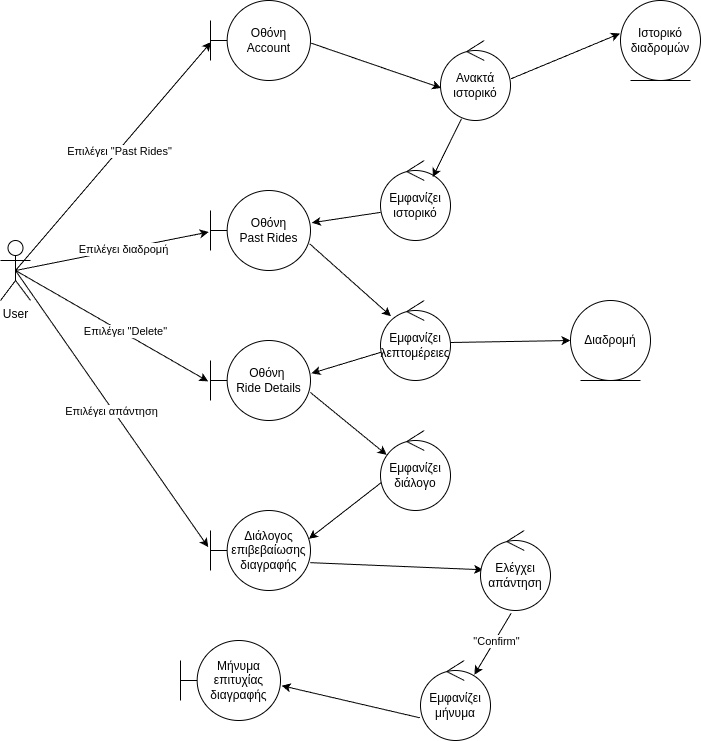
Above: reports/view-past-rides-robustness.drawio.png in YannisRavasopoulos/ProjectSD_S6 (draw.io), before the change. Source tidied: cells renumbered, new cells last; positions are measured from the earlier drawing's top-left corner, leaving out a move shared by most shapes. Source of this version:
```xml
<mxGraphModel background="#ffffff">
  <root>
    <mxCell id="0" />
    <mxCell id="1" parent="0" />
    <mxCell id="2" value="Οθόνη&lt;br&gt;Past Rides" style="shape=umlBoundary;whiteSpace=wrap;html=1;" parent="1" vertex="1">
      <mxGeometry x="210" y="190" width="100" height="80" as="geometry" />
    </mxCell>
    <mxCell id="3" value="&lt;div&gt;Ανακτά&lt;br&gt;ιστορικό&lt;/div&gt;" style="ellipse;shape=umlControl;whiteSpace=wrap;html=1;" parent="1" vertex="1">
      <mxGeometry x="440" y="40" width="70" height="80" as="geometry" />
    </mxCell>
    <mxCell id="4" style="endArrow=classic;html=1;rounded=0;exitX=1.006;exitY=0.533;exitDx=0;exitDy=0;exitPerimeter=0;entryX=0.009;entryY=0.593;entryDx=0;entryDy=0;entryPerimeter=0;" parent="1" edge="1" source="7" target="3">
      <mxGeometry relative="1" as="geometry" />
    </mxCell>
    <mxCell id="5" value="Ιστορικό&lt;br&gt;διαδρομών" style="ellipse;shape=umlEntity;whiteSpace=wrap;html=1;" parent="1" vertex="1">
      <mxGeometry x="620" width="80" height="80" as="geometry" />
    </mxCell>
    <mxCell id="6" style="endArrow=classic;html=1;rounded=0;exitX=1.009;exitY=0.478;exitDx=0;exitDy=0;exitPerimeter=0;entryX=-0.007;entryY=0.413;entryDx=0;entryDy=0;entryPerimeter=0;" parent="1" edge="1" source="3" target="5">
      <mxGeometry relative="1" as="geometry" />
    </mxCell>
    <mxCell id="7" value="Οθόνη&lt;br&gt;Account" style="shape=umlBoundary;whiteSpace=wrap;html=1;" parent="1" vertex="1">
      <mxGeometry x="210" width="100" height="80" as="geometry" />
    </mxCell>
    <mxCell id="8" value="Εμφανίζει ιστορικό" style="ellipse;shape=umlControl;whiteSpace=wrap;html=1;" parent="1" vertex="1">
      <mxGeometry x="380" y="160" width="70" height="80" as="geometry" />
    </mxCell>
    <mxCell id="9" style="endArrow=classic;html=1;rounded=0;exitX=0.3;exitY=0.978;exitDx=0;exitDy=0;exitPerimeter=0;entryX=0.746;entryY=0.208;entryDx=0;entryDy=0;entryPerimeter=0;" parent="1" edge="1" source="3" target="8">
      <mxGeometry relative="1" as="geometry" />
    </mxCell>
    <mxCell id="10" style="endArrow=classic;html=1;rounded=0;exitX=0.003;exitY=0.648;exitDx=0;exitDy=0;exitPerimeter=0;entryX=1.014;entryY=0.403;entryDx=0;entryDy=0;entryPerimeter=0;" parent="1" edge="1" source="8" target="2">
      <mxGeometry relative="1" as="geometry" />
    </mxCell>
    <mxCell id="11" style="endArrow=classic;html=1;rounded=0;exitX=0.5;exitY=0.5;exitDx=0;exitDy=0;exitPerimeter=0;entryX=0.006;entryY=0.52;entryDx=0;entryDy=0;entryPerimeter=0;" parent="1" edge="1" source="19" target="7">
      <mxGeometry relative="1" as="geometry" />
    </mxCell>
    <mxCell id="12" value="Επιλέγει &quot;Past Rides&quot;" style="edgeLabel;html=1;align=center;verticalAlign=middle;" parent="11" vertex="1">
      <mxGeometry x="0.05" y="-1" relative="1" as="geometry" />
    </mxCell>
    <mxCell id="13" style="endArrow=classic;html=1;rounded=0;exitX=0.5;exitY=0.5;exitDx=0;exitDy=0;exitPerimeter=0;entryX=-0.018;entryY=0.519;entryDx=0;entryDy=0;entryPerimeter=0;" parent="1" edge="1" source="19" target="2">
      <mxGeometry relative="1" as="geometry" />
    </mxCell>
    <mxCell id="14" value="Επιλέγει διαδρομή" style="edgeLabel;html=1;align=center;verticalAlign=middle;" parent="13" vertex="1">
      <mxGeometry x="0.12" relative="1" as="geometry" />
    </mxCell>
    <mxCell id="15" value="&lt;div&gt;Οθόνη&amp;nbsp;&lt;/div&gt;&lt;div&gt;Ride Details&lt;/div&gt;" style="shape=umlBoundary;whiteSpace=wrap;html=1;" parent="1" vertex="1">
      <mxGeometry x="210" y="340" width="100" height="80" as="geometry" />
    </mxCell>
    <mxCell id="16" value="Εμφανίζει&lt;br&gt;λεπτομέρειες" style="ellipse;shape=umlControl;whiteSpace=wrap;html=1;" parent="1" vertex="1">
      <mxGeometry x="380" y="300" width="70" height="80" as="geometry" />
    </mxCell>
    <mxCell id="17" style="endArrow=classic;html=1;rounded=0;exitX=0.992;exitY=0.667;exitDx=0;exitDy=0;exitPerimeter=0;entryX=0.149;entryY=0.196;entryDx=0;entryDy=0;entryPerimeter=0;" parent="1" edge="1" source="2" target="16">
      <mxGeometry relative="1" as="geometry" />
    </mxCell>
    <mxCell id="18" style="endArrow=classic;html=1;rounded=0;exitX=0.014;exitY=0.645;exitDx=0;exitDy=0;exitPerimeter=0;entryX=1.01;entryY=0.41;entryDx=0;entryDy=0;entryPerimeter=0;" parent="1" edge="1" source="16" target="15">
      <mxGeometry relative="1" as="geometry" />
    </mxCell>
    <mxCell id="19" value="User" style="shape=umlActor;verticalLabelPosition=bottom;verticalAlign=top;html=1;" parent="1" vertex="1">
      <mxGeometry y="240" width="30" height="60" as="geometry" />
    </mxCell>
    <mxCell id="20" value="&lt;div&gt;Διάλογος &lt;br&gt;&lt;/div&gt;&lt;div&gt;επιβεβαίωσης&lt;/div&gt;&lt;div&gt;διαγραφής&lt;/div&gt;" style="shape=umlBoundary;whiteSpace=wrap;html=1;" parent="1" vertex="1">
      <mxGeometry x="210" y="510" width="100" height="80" as="geometry" />
    </mxCell>
    <mxCell id="21" style="endArrow=classic;html=1;rounded=0;exitX=0.5;exitY=0.5;exitDx=0;exitDy=0;exitPerimeter=0;entryX=-0.023;entryY=0.511;entryDx=0;entryDy=0;entryPerimeter=0;" parent="1" edge="1" source="19" target="15">
      <mxGeometry relative="1" as="geometry" />
    </mxCell>
    <mxCell id="22" value="Επιλέγει &quot;Delete&quot;" style="edgeLabel;html=1;align=center;verticalAlign=middle;" parent="21" vertex="1">
      <mxGeometry x="0.12" y="2" relative="1" as="geometry" />
    </mxCell>
    <mxCell id="23" style="endArrow=classic;html=1;rounded=0;exitX=0.997;exitY=0.648;exitDx=0;exitDy=0;exitPerimeter=0;entryX=0.088;entryY=0.305;entryDx=0;entryDy=0;entryPerimeter=0;" parent="1" edge="1" source="15" target="24">
      <mxGeometry relative="1" as="geometry" />
    </mxCell>
    <mxCell id="24" value="&lt;div&gt;Εμφανίζει&lt;/div&gt;&lt;div&gt;διάλογο&lt;/div&gt;" style="ellipse;shape=umlControl;whiteSpace=wrap;html=1;" parent="1" vertex="1">
      <mxGeometry x="380" y="430" width="70" height="80" as="geometry" />
    </mxCell>
    <mxCell id="25" style="endArrow=classic;html=1;rounded=0;exitX=0.009;exitY=0.652;exitDx=0;exitDy=0;exitPerimeter=0;entryX=0.984;entryY=0.354;entryDx=0;entryDy=0;entryPerimeter=0;" parent="1" edge="1" source="24" target="20">
      <mxGeometry relative="1" as="geometry" />
    </mxCell>
    <mxCell id="26" style="endArrow=classic;html=1;rounded=0;exitX=0.5;exitY=0.5;exitDx=0;exitDy=0;exitPerimeter=0;entryX=-0.023;entryY=0.458;entryDx=0;entryDy=0;entryPerimeter=0;" parent="1" edge="1" source="19" target="20">
      <mxGeometry relative="1" as="geometry" />
    </mxCell>
    <mxCell id="27" value="Επιλέγει απάντηση" style="edgeLabel;html=1;align=center;verticalAlign=middle;" parent="26" vertex="1">
      <mxGeometry x="0.01" y="-2" relative="1" as="geometry" />
    </mxCell>
    <mxCell id="28" style="endArrow=classic;html=1;rounded=0;exitX=0.997;exitY=0.652;exitDx=0;exitDy=0;exitPerimeter=0;entryX=0.037;entryY=0.491;entryDx=0;entryDy=0;entryPerimeter=0;" parent="1" edge="1" source="20" target="29">
      <mxGeometry relative="1" as="geometry" />
    </mxCell>
    <mxCell id="29" value="Ελέγχει&lt;div&gt;απάντηση&lt;/div&gt;" style="ellipse;shape=umlControl;whiteSpace=wrap;html=1;" parent="1" vertex="1">
      <mxGeometry x="480" y="530" width="70" height="80" as="geometry" />
    </mxCell>
    <mxCell id="30" style="endArrow=classic;html=1;rounded=0;exitX=0.437;exitY=1.036;exitDx=0;exitDy=0;exitPerimeter=0;entryX=0.77;entryY=0.178;entryDx=0;entryDy=0;entryPerimeter=0;" parent="1" edge="1" source="29" target="32">
      <mxGeometry relative="1" as="geometry" />
    </mxCell>
    <mxCell id="31" value="&quot;Confirm&quot;" style="edgeLabel;html=1;align=center;verticalAlign=middle;" parent="30" vertex="1">
      <mxGeometry x="-0.1" y="1" relative="1" as="geometry" />
    </mxCell>
    <mxCell id="32" value="Εμφανίζει&lt;br&gt;μήνυμα" style="ellipse;shape=umlControl;whiteSpace=wrap;html=1;" parent="1" vertex="1">
      <mxGeometry x="420" y="660" width="70" height="80" as="geometry" />
    </mxCell>
    <mxCell id="33" value="Μήνυμα&lt;br&gt;επιτυχίας&lt;br&gt;διαγραφής" style="shape=umlBoundary;whiteSpace=wrap;html=1;" parent="1" vertex="1">
      <mxGeometry x="180" y="640" width="100" height="80" as="geometry" />
    </mxCell>
    <mxCell id="34" style="endArrow=classic;html=1;rounded=0;exitX=-0.01;exitY=0.716;exitDx=0;exitDy=0;exitPerimeter=0;entryX=1.012;entryY=0.565;entryDx=0;entryDy=0;entryPerimeter=0;" parent="1" edge="1" source="32" target="33">
      <mxGeometry relative="1" as="geometry" />
    </mxCell>
    <mxCell id="35" value="Διαδρομή" style="ellipse;shape=umlEntity;whiteSpace=wrap;html=1;" parent="1" vertex="1">
      <mxGeometry x="570" y="300" width="80" height="80" as="geometry" />
    </mxCell>
    <mxCell id="36" style="endArrow=classic;html=1;exitX=1;exitY=0.525;exitDx=0;exitDy=0;exitPerimeter=0;entryX=0;entryY=0.5;entryDx=0;entryDy=0;" parent="1" edge="1" source="16" target="35">
      <mxGeometry relative="1" as="geometry" />
    </mxCell>
  </root>
</mxGraphModel>
```
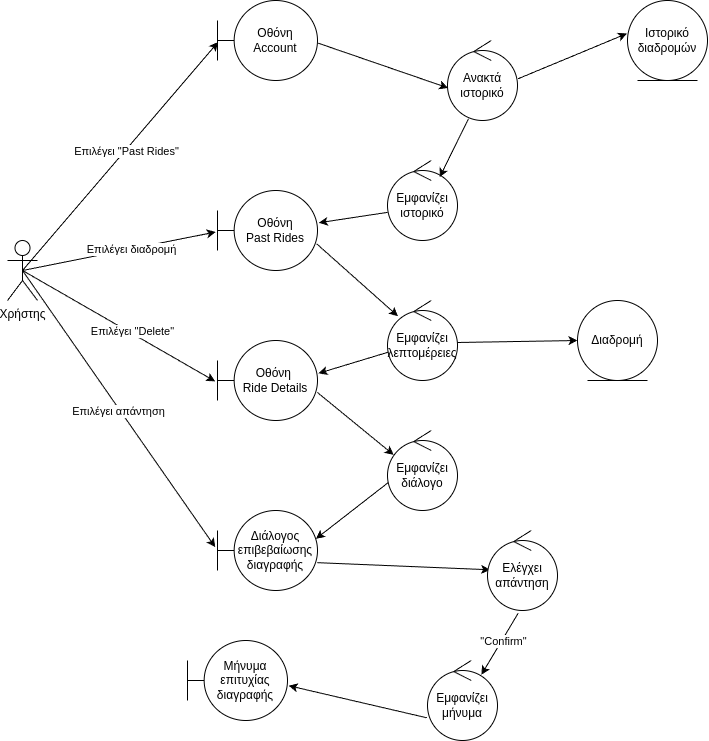
After the commit.

Commit message:
report-user success message

Diff of the diagram source:
```diff
@@ -53,7 +53,7 @@
     <mxCell id="18" style="endArrow=classic;html=1;rounded=0;exitX=0.014;exitY=0.645;exitDx=0;exitDy=0;exitPerimeter=0;entryX=1.01;entryY=0.41;entryDx=0;entryDy=0;entryPerimeter=0;" parent="1" edge="1" source="16" target="15">
       <mxGeometry relative="1" as="geometry" />
     </mxCell>
-    <mxCell id="19" value="User" style="shape=umlActor;verticalLabelPosition=bottom;verticalAlign=top;html=1;" parent="1" vertex="1">
+    <mxCell id="19" value="Χρήστης" style="shape=umlActor;verticalLabelPosition=bottom;verticalAlign=top;html=1;" parent="1" vertex="1">
       <mxGeometry y="240" width="30" height="60" as="geometry" />
     </mxCell>
     <mxCell id="20" value="&lt;div&gt;Διάλογος &lt;br&gt;&lt;/div&gt;&lt;div&gt;επιβεβαίωσης&lt;/div&gt;&lt;div&gt;διαγραφής&lt;/div&gt;" style="shape=umlBoundary;whiteSpace=wrap;html=1;" parent="1" vertex="1">
```
